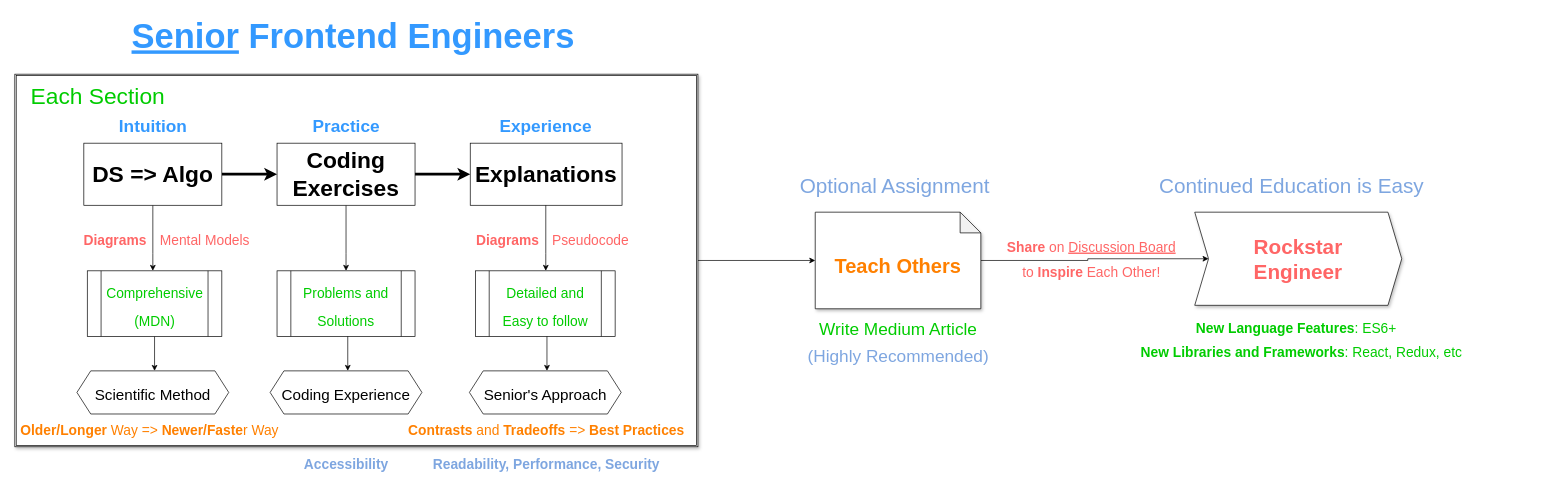
Above: page "Section Structure" (3 of 3) of overview.drawio in 1-11-1/FrontendCourse2021 (draw.io), before the change. Source tidied: cells renumbered, new cells numbered last; positions are measured from the earlier drawing's top-left corner, leaving out a move shared by most shapes. Both pictures are drawn from the tidied source at 69%, with x=0, y=0 at pixel (14, 12).
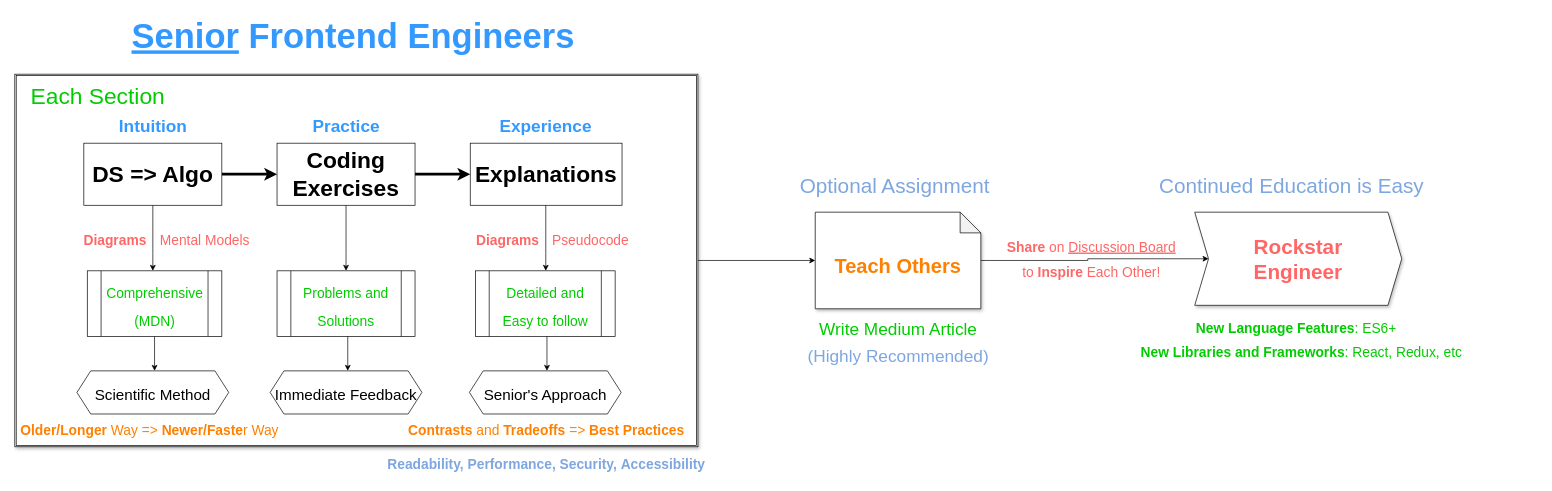
The same diagram, later.

Diff of the diagram source:
```diff
@@
-    <mxCell id="19" value="&lt;span style=&quot;font-size: 22px&quot;&gt;Coding Experience&lt;/span&gt;" style="shape=hexagon;perimeter=hexagonPerimeter2;whiteSpace=wrap;html=1;fixedSize=1;fontSize=33;" parent="1" vertex="1">
+    <mxCell id="19" value="&lt;span style=&quot;font-size: 22px&quot;&gt;Immediate Feedback&lt;/span&gt;" style="shape=hexagon;perimeter=hexagonPerimeter2;whiteSpace=wrap;html=1;fixedSize=1;fontSize=33;" parent="1" vertex="1">
       <mxGeometry x="370" y="520" width="220" height="62.5" as="geometry" />
     </mxCell>
@@
-    <mxCell id="33" value="&lt;b&gt;Readability, Performance, Security&lt;/b&gt;" style="text;html=1;align=center;verticalAlign=middle;fillColor=none;strokeColor=none;rounded=0;shadow=1;fontSize=20;fontColor=#7EA6E0;" parent="1" vertex="1">
-      <mxGeometry x="600" y="640" width="340" height="30" as="geometry" />
+    <mxCell id="33" value="&lt;b&gt;Readability, Performance, Security,&amp;nbsp;&lt;/b&gt;&lt;b style=&quot;color: rgb(51 , 153 , 255)&quot;&gt;&lt;font color=&quot;#7ea6e0&quot;&gt;Accessibility&lt;/font&gt;&lt;/b&gt;" style="text;html=1;align=center;verticalAlign=middle;fillColor=none;strokeColor=none;rounded=0;shadow=1;fontSize=20;fontColor=#7EA6E0;" parent="1" vertex="1">
+      <mxGeometry x="530" y="640" width="480" height="30" as="geometry" />
     </mxCell>
-    <mxCell id="34" value="&lt;b&gt;&lt;font color=&quot;#7ea6e0&quot;&gt;Accessibility&lt;/font&gt;&lt;/b&gt;" style="text;html=1;align=center;verticalAlign=middle;fillColor=none;strokeColor=none;rounded=0;shadow=1;fontSize=20;fontColor=#3399FF;" parent="1" vertex="1">
-      <mxGeometry x="410" y="640" width="140" height="30" as="geometry" />
-    </mxCell>
```
